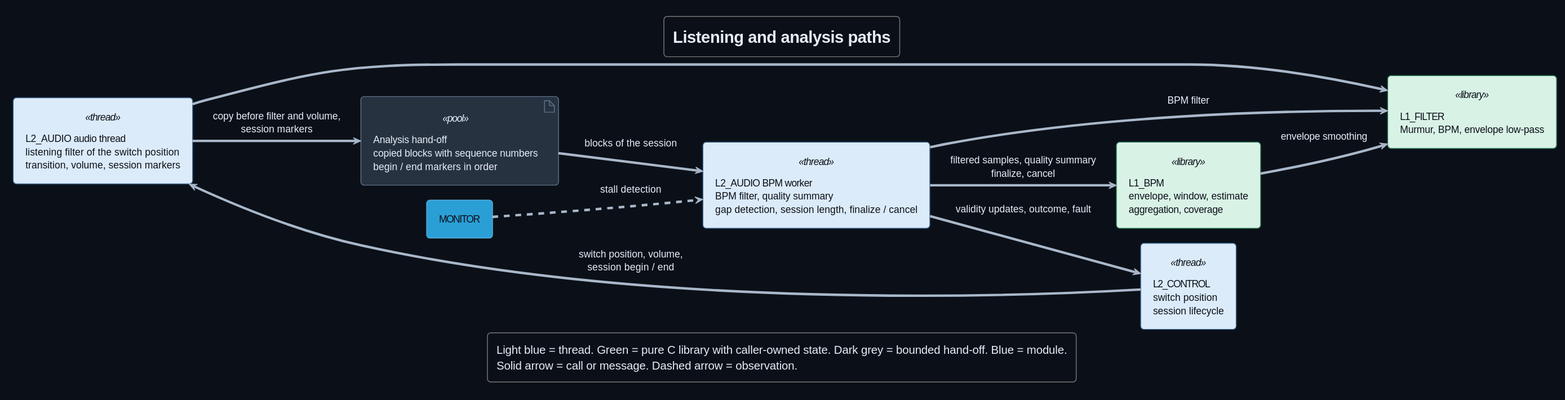
The PlantUML diagram Development/system/architecture/AUDIO/rendered/signal_paths.svg in DemonicPsychoII/DigitalStethoscope, before a commit.
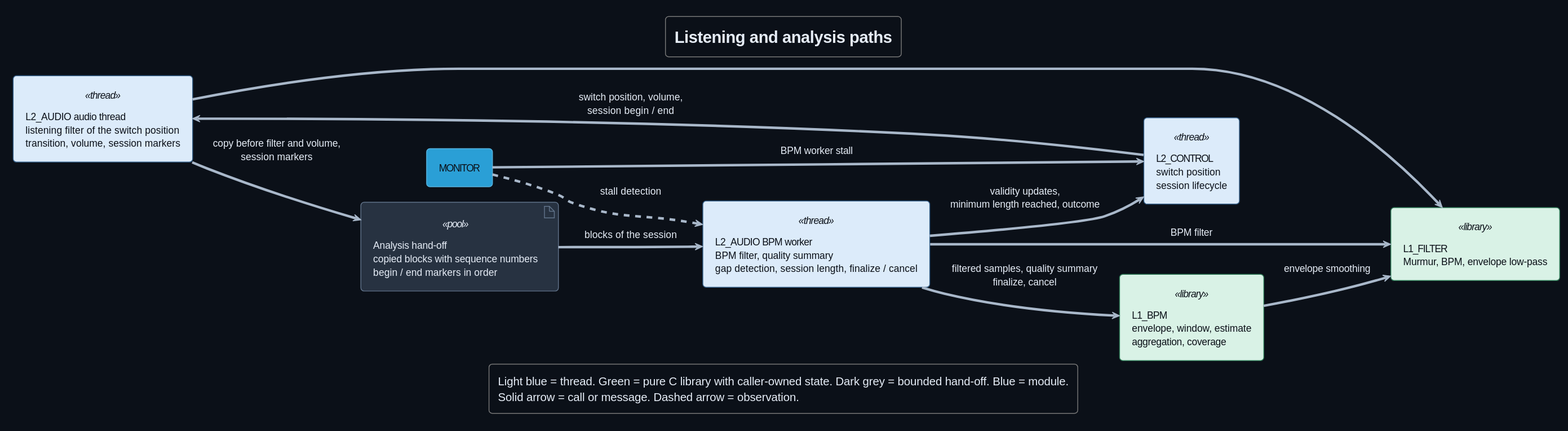
After the commit.

Commit message:
documentation: clear every BPM stage per session, end Busy on a worker stall and show the minimum length from the worker

The edit, as a diff of the source:
```diff
@@ -37,7 +37,8 @@
 worker --> bpm : filtered samples, quality summary\nfinalize, cancel
 bpm --> filter : envelope smoothing
 control --> audio : switch position, volume,\nsession begin / end
-worker --> control : validity updates, outcome, fault
+worker --> control : validity updates,\nminimum length reached, outcome
+monitor --> control : BPM worker stall
 monitor ..> worker : stall detection
 legend bottom
   Light blue = thread. Green = pure C library with caller-owned state. Dark grey = bounded hand-off. Blue = module.
```
